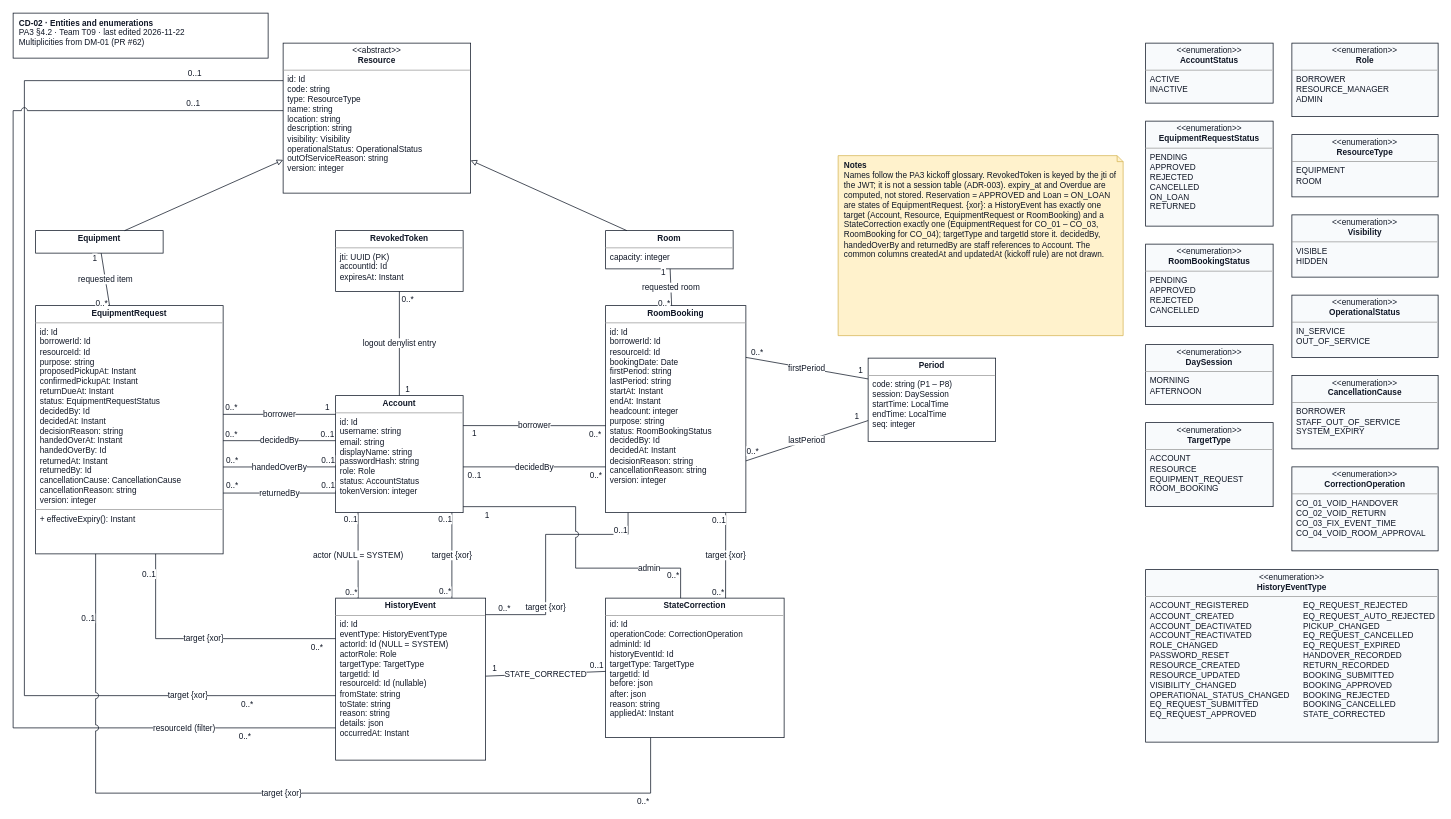
Earlier version of the draw.io diagram docs/design/diagrams/CD-02_entities.drawio (JuliaTrang/T09-CampusBorrow). Source tidied: cells renumbered, new cells numbered last; positions are measured from the earlier drawing's top-left corner, leaving out a move shared by most shapes. Both pictures are drawn from the tidied source at 75%, with x=0, y=0 at pixel (13, 13).
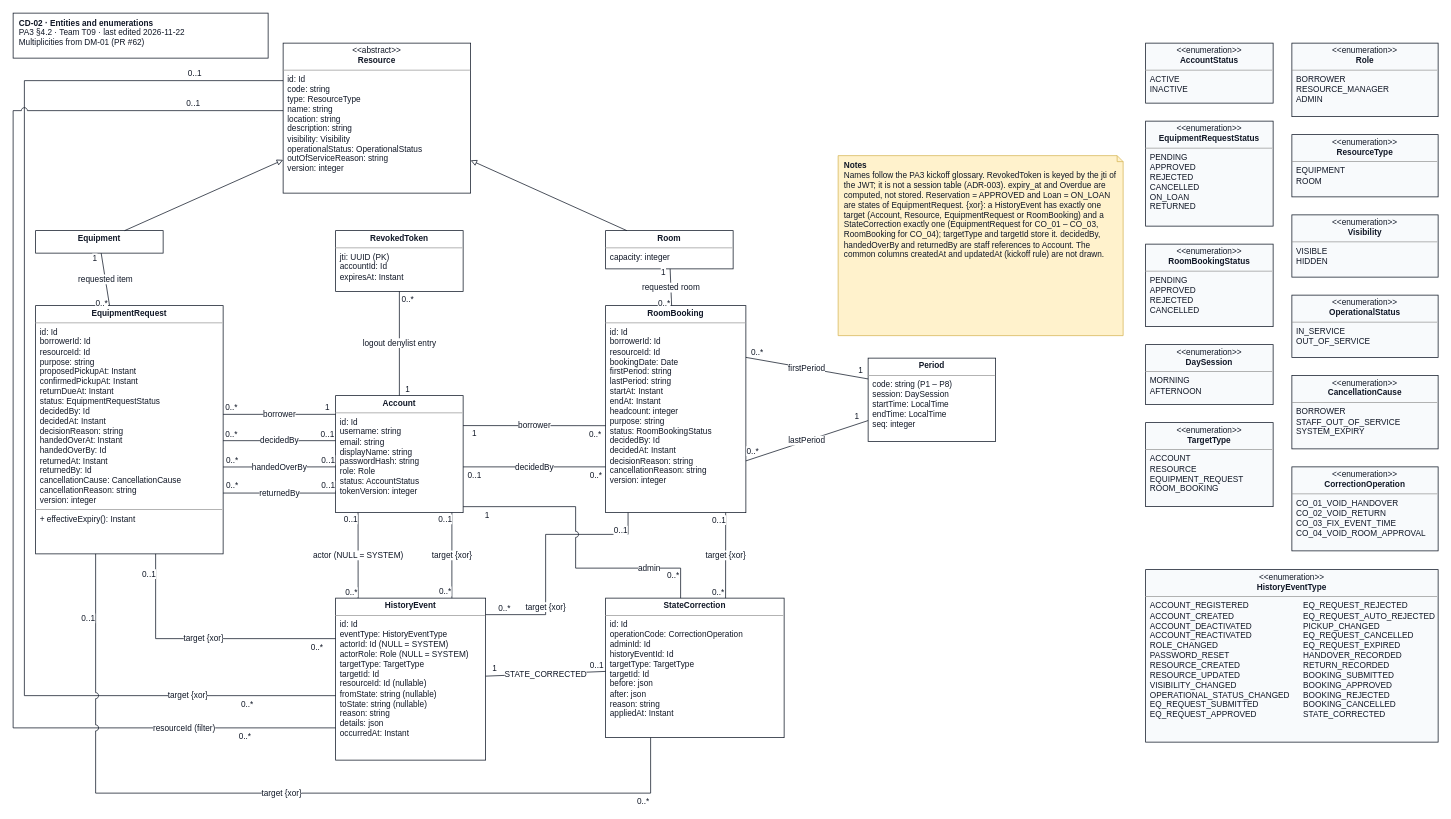
The same diagram, later.

Change to the diagram source:
```diff
@@
-    <mxCell id="10" value="&lt;p style=&quot;margin:0px;margin-top:4px;text-align:center;&quot;&gt;&lt;b&gt;HistoryEvent&lt;/b&gt;&lt;/p&gt;&lt;hr size=&quot;1&quot;/&gt;&lt;p style=&quot;margin:0px;margin-left:6px;&quot;&gt;id: Id&lt;br&gt;eventType: HistoryEventType&lt;br&gt;actorId: Id  (NULL = SYSTEM)&lt;br&gt;actorRole: Role&lt;br&gt;targetType: TargetType&lt;br&gt;targetId: Id&lt;br&gt;resourceId: Id (nullable)&lt;br&gt;fromState: string&lt;br&gt;toState: string&lt;br&gt;reason: string&lt;br&gt;details: json&lt;br&gt;occurredAt: Instant&lt;/p&gt;" style="verticalAlign=top;align=left;overflow=fill;html=1;whiteSpace=wrap;rounded=0;strokeColor=#111827;fillColor=#ffffff;fontFamily=Arial;fontSize=11;fontColor=#111827;" parent="1" vertex="1">
+    <mxCell id="10" value="&lt;p style=&quot;margin:0px;margin-top:4px;text-align:center;&quot;&gt;&lt;b&gt;HistoryEvent&lt;/b&gt;&lt;/p&gt;&lt;hr size=&quot;1&quot;/&gt;&lt;p style=&quot;margin:0px;margin-left:6px;&quot;&gt;id: Id&lt;br&gt;eventType: HistoryEventType&lt;br&gt;actorId: Id  (NULL = SYSTEM)&lt;br&gt;actorRole: Role (NULL = SYSTEM)&lt;br&gt;targetType: TargetType&lt;br&gt;targetId: Id&lt;br&gt;resourceId: Id (nullable)&lt;br&gt;fromState: string (nullable)&lt;br&gt;toState: string (nullable)&lt;br&gt;reason: string&lt;br&gt;details: json&lt;br&gt;occurredAt: Instant&lt;/p&gt;" style="verticalAlign=top;align=left;overflow=fill;html=1;whiteSpace=wrap;rounded=0;strokeColor=#111827;fillColor=#ffffff;fontFamily=Arial;fontSize=11;fontColor=#111827;" parent="1" vertex="1">
       <mxGeometry x="430" y="780" width="200" height="216" as="geometry" />
     </mxCell>
```
